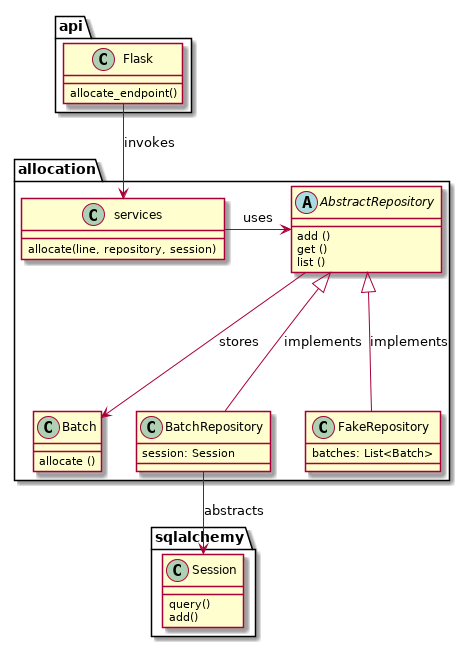
Before: images/chapter_03_class_diagram.png, a diagram exported from PlantUML (cosmicpython/book). The source it was exported from:
```plantuml
@startuml

package api {

  class Flask {
    allocate_endpoint()
  }
}

package sqlalchemy {
  class Session {
    query()
    add()
  }
}

package allocation {

  class services {
    allocate(line, repository, session)
  }

  class Batch {
    allocate ()
  }

  abstract class AbstractRepository {
    add ()
    get ()
    list ()
  }

  class BatchRepository {
    session: Session
  }

  class FakeRepository {
    batches: List<Batch>
  }
}

services -> AbstractRepository: uses

AbstractRepository <|-- FakeRepository : implements
AbstractRepository <|-- BatchRepository : implements
AbstractRepository --> Batch : stores
Flask --> services : invokes

BatchRepository --> Session : abstracts
@enduml
```
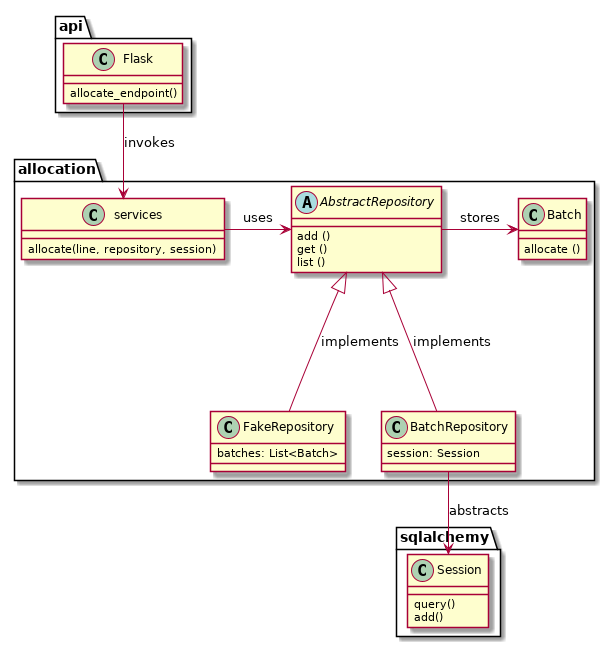
The same diagram one commit later.

Commit message:
sort out the diagram(s) at the beginning of 3

The edit, as a diff of the source:
```diff
@@ -20,30 +20,32 @@
     allocate(line, repository, session)
   }
 
-  class Batch {
-    allocate ()
-  }
-
   abstract class AbstractRepository {
     add ()
     get ()
     list ()
   }
 
+  class Batch {
+    allocate ()
+  }
+
+
+  class FakeRepository {
+    batches: List<Batch>
+  }
+
   class BatchRepository {
     session: Session
   }
 
-  class FakeRepository {
-    batches: List<Batch>
-  }
 }
 
 services -> AbstractRepository: uses
+AbstractRepository -> Batch : stores
 
 AbstractRepository <|-- FakeRepository : implements
 AbstractRepository <|-- BatchRepository : implements
-AbstractRepository --> Batch : stores
 Flask --> services : invokes
 
 BatchRepository --> Session : abstracts
```
